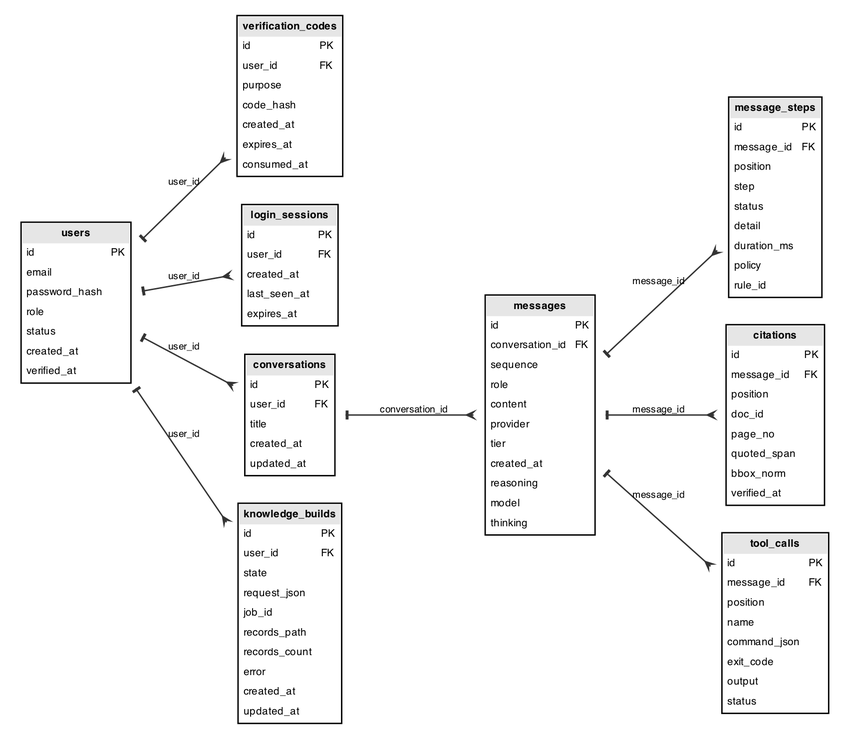
Earlier version of the Graphviz export docs/figures/physical-db.png (Kane-LI-0114/verifiable-tutor). Its source is kept beside it as docs/figures/physical-db.dot. The source it was exported from:
```dot
digraph physical_data_model {
  graph [rankdir=LR, splines=true, nodesep=0.16, ranksep=0.52, fontname="Helvetica", fontsize=9,
         bgcolor="white", pad=0.10];
  node [fontname="Helvetica", fontsize=7.5, shape=plaintext];
  edge [fontname="Helvetica", fontsize=7, color="#333333", arrowsize=0.55,
        dir=both, arrowtail=tee, arrowhead=crow];
  users [label=<<TABLE BORDER="1" CELLBORDER="0" CELLSPACING="0" CELLPADDING="3" BGCOLOR="white">
      <TR><TD BGCOLOR="#e6e6e6" COLSPAN="2"><B>users</B></TD></TR>
      <TR><TD ALIGN="LEFT">id</TD><TD ALIGN="LEFT">PK</TD></TR>
      <TR><TD ALIGN="LEFT">email</TD><TD ALIGN="LEFT"></TD></TR>
      <TR><TD ALIGN="LEFT">password_hash</TD><TD ALIGN="LEFT"></TD></TR>
      <TR><TD ALIGN="LEFT">role</TD><TD ALIGN="LEFT"></TD></TR>
      <TR><TD ALIGN="LEFT">status</TD><TD ALIGN="LEFT"></TD></TR>
      <TR><TD ALIGN="LEFT">created_at</TD><TD ALIGN="LEFT"></TD></TR>
      <TR><TD ALIGN="LEFT">verified_at</TD><TD ALIGN="LEFT"></TD></TR>
    </TABLE>>];
  verification_codes [label=<<TABLE BORDER="1" CELLBORDER="0" CELLSPACING="0" CELLPADDING="3" BGCOLOR="white">
      <TR><TD BGCOLOR="#e6e6e6" COLSPAN="2"><B>verification_codes</B></TD></TR>
      <TR><TD ALIGN="LEFT">id</TD><TD ALIGN="LEFT">PK</TD></TR>
      <TR><TD ALIGN="LEFT">user_id</TD><TD ALIGN="LEFT">FK</TD></TR>
      <TR><TD ALIGN="LEFT">purpose</TD><TD ALIGN="LEFT"></TD></TR>
      <TR><TD ALIGN="LEFT">code_hash</TD><TD ALIGN="LEFT"></TD></TR>
      <TR><TD ALIGN="LEFT">created_at</TD><TD ALIGN="LEFT"></TD></TR>
      <TR><TD ALIGN="LEFT">expires_at</TD><TD ALIGN="LEFT"></TD></TR>
      <TR><TD ALIGN="LEFT">consumed_at</TD><TD ALIGN="LEFT"></TD></TR>
    </TABLE>>];
  login_sessions [label=<<TABLE BORDER="1" CELLBORDER="0" CELLSPACING="0" CELLPADDING="3" BGCOLOR="white">
      <TR><TD BGCOLOR="#e6e6e6" COLSPAN="2"><B>login_sessions</B></TD></TR>
      <TR><TD ALIGN="LEFT">id</TD><TD ALIGN="LEFT">PK</TD></TR>
      <TR><TD ALIGN="LEFT">user_id</TD><TD ALIGN="LEFT">FK</TD></TR>
      <TR><TD ALIGN="LEFT">created_at</TD><TD ALIGN="LEFT"></TD></TR>
      <TR><TD ALIGN="LEFT">last_seen_at</TD><TD ALIGN="LEFT"></TD></TR>
      <TR><TD ALIGN="LEFT">expires_at</TD><TD ALIGN="LEFT"></TD></TR>
    </TABLE>>];
  conversations [label=<<TABLE BORDER="1" CELLBORDER="0" CELLSPACING="0" CELLPADDING="3" BGCOLOR="white">
      <TR><TD BGCOLOR="#e6e6e6" COLSPAN="2"><B>conversations</B></TD></TR>
      <TR><TD ALIGN="LEFT">id</TD><TD ALIGN="LEFT">PK</TD></TR>
      <TR><TD ALIGN="LEFT">user_id</TD><TD ALIGN="LEFT">FK</TD></TR>
      <TR><TD ALIGN="LEFT">title</TD><TD ALIGN="LEFT"></TD></TR>
      <TR><TD ALIGN="LEFT">created_at</TD><TD ALIGN="LEFT"></TD></TR>
      <TR><TD ALIGN="LEFT">updated_at</TD><TD ALIGN="LEFT"></TD></TR>
    </TABLE>>];
  messages [label=<<TABLE BORDER="1" CELLBORDER="0" CELLSPACING="0" CELLPADDING="3" BGCOLOR="white">
      <TR><TD BGCOLOR="#e6e6e6" COLSPAN="2"><B>messages</B></TD></TR>
      <TR><TD ALIGN="LEFT">id</TD><TD ALIGN="LEFT">PK</TD></TR>
      <TR><TD ALIGN="LEFT">conversation_id</TD><TD ALIGN="LEFT">FK</TD></TR>
      <TR><TD ALIGN="LEFT">sequence</TD><TD ALIGN="LEFT"></TD></TR>
      <TR><TD ALIGN="LEFT">role</TD><TD ALIGN="LEFT"></TD></TR>
      <TR><TD ALIGN="LEFT">content</TD><TD ALIGN="LEFT"></TD></TR>
      <TR><TD ALIGN="LEFT">provider</TD><TD ALIGN="LEFT"></TD></TR>
      <TR><TD ALIGN="LEFT">tier</TD><TD ALIGN="LEFT"></TD></TR>
      <TR><TD ALIGN="LEFT">created_at</TD><TD ALIGN="LEFT"></TD></TR>
      <TR><TD ALIGN="LEFT">reasoning</TD><TD ALIGN="LEFT"></TD></TR>
      <TR><TD ALIGN="LEFT">model</TD><TD ALIGN="LEFT"></TD></TR>
      <TR><TD ALIGN="LEFT">thinking</TD><TD ALIGN="LEFT"></TD></TR>
    </TABLE>>];
  message_steps [label=<<TABLE BORDER="1" CELLBORDER="0" CELLSPACING="0" CELLPADDING="3" BGCOLOR="white">
      <TR><TD BGCOLOR="#e6e6e6" COLSPAN="2"><B>message_steps</B></TD></TR>
      <TR><TD ALIGN="LEFT">id</TD><TD ALIGN="LEFT">PK</TD></TR>
      <TR><TD ALIGN="LEFT">message_id</TD><TD ALIGN="LEFT">FK</TD></TR>
      <TR><TD ALIGN="LEFT">position</TD><TD ALIGN="LEFT"></TD></TR>
      <TR><TD ALIGN="LEFT">step</TD><TD ALIGN="LEFT"></TD></TR>
      <TR><TD ALIGN="LEFT">status</TD><TD ALIGN="LEFT"></TD></TR>
      <TR><TD ALIGN="LEFT">detail</TD><TD ALIGN="LEFT"></TD></TR>
      <TR><TD ALIGN="LEFT">duration_ms</TD><TD ALIGN="LEFT"></TD></TR>
      <TR><TD ALIGN="LEFT">policy</TD><TD ALIGN="LEFT"></TD></TR>
      <TR><TD ALIGN="LEFT">rule_id</TD><TD ALIGN="LEFT"></TD></TR>
    </TABLE>>];
  citations [label=<<TABLE BORDER="1" CELLBORDER="0" CELLSPACING="0" CELLPADDING="3" BGCOLOR="white">
      <TR><TD BGCOLOR="#e6e6e6" COLSPAN="2"><B>citations</B></TD></TR>
      <TR><TD ALIGN="LEFT">id</TD><TD ALIGN="LEFT">PK</TD></TR>
      <TR><TD ALIGN="LEFT">message_id</TD><TD ALIGN="LEFT">FK</TD></TR>
      <TR><TD ALIGN="LEFT">position</TD><TD ALIGN="LEFT"></TD></TR>
      <TR><TD ALIGN="LEFT">doc_id</TD><TD ALIGN="LEFT"></TD></TR>
      <TR><TD ALIGN="LEFT">page_no</TD><TD ALIGN="LEFT"></TD></TR>
      <TR><TD ALIGN="LEFT">quoted_span</TD><TD ALIGN="LEFT"></TD></TR>
      <TR><TD ALIGN="LEFT">bbox_norm</TD><TD ALIGN="LEFT"></TD></TR>
      <TR><TD ALIGN="LEFT">verified_at</TD><TD ALIGN="LEFT"></TD></TR>
    </TABLE>>];
  tool_calls [label=<<TABLE BORDER="1" CELLBORDER="0" CELLSPACING="0" CELLPADDING="3" BGCOLOR="white">
      <TR><TD BGCOLOR="#e6e6e6" COLSPAN="2"><B>tool_calls</B></TD></TR>
      <TR><TD ALIGN="LEFT">id</TD><TD ALIGN="LEFT">PK</TD></TR>
      <TR><TD ALIGN="LEFT">message_id</TD><TD ALIGN="LEFT">FK</TD></TR>
      <TR><TD ALIGN="LEFT">position</TD><TD ALIGN="LEFT"></TD></TR>
      <TR><TD ALIGN="LEFT">name</TD><TD ALIGN="LEFT"></TD></TR>
      <TR><TD ALIGN="LEFT">command_json</TD><TD ALIGN="LEFT"></TD></TR>
      <TR><TD ALIGN="LEFT">exit_code</TD><TD ALIGN="LEFT"></TD></TR>
      <TR><TD ALIGN="LEFT">output</TD><TD ALIGN="LEFT"></TD></TR>
      <TR><TD ALIGN="LEFT">status</TD><TD ALIGN="LEFT"></TD></TR>
    </TABLE>>];
  knowledge_builds [label=<<TABLE BORDER="1" CELLBORDER="0" CELLSPACING="0" CELLPADDING="3" BGCOLOR="white">
      <TR><TD BGCOLOR="#e6e6e6" COLSPAN="2"><B>knowledge_builds</B></TD></TR>
      <TR><TD ALIGN="LEFT">id</TD><TD ALIGN="LEFT">PK</TD></TR>
      <TR><TD ALIGN="LEFT">user_id</TD><TD ALIGN="LEFT">FK</TD></TR>
      <TR><TD ALIGN="LEFT">state</TD><TD ALIGN="LEFT"></TD></TR>
      <TR><TD ALIGN="LEFT">request_json</TD><TD ALIGN="LEFT"></TD></TR>
      <TR><TD ALIGN="LEFT">job_id</TD><TD ALIGN="LEFT"></TD></TR>
      <TR><TD ALIGN="LEFT">records_path</TD><TD ALIGN="LEFT"></TD></TR>
      <TR><TD ALIGN="LEFT">records_count</TD><TD ALIGN="LEFT"></TD></TR>
      <TR><TD ALIGN="LEFT">error</TD><TD ALIGN="LEFT"></TD></TR>
      <TR><TD ALIGN="LEFT">created_at</TD><TD ALIGN="LEFT"></TD></TR>
      <TR><TD ALIGN="LEFT">updated_at</TD><TD ALIGN="LEFT"></TD></TR>
    </TABLE>>];
  users -> verification_codes [label="user_id"];
  users -> login_sessions [label="user_id"];
  users -> conversations [label="user_id"];
  conversations -> messages [label="conversation_id"];
  messages -> message_steps [label="message_id"];
  messages -> citations [label="message_id"];
  messages -> tool_calls [label="message_id"];
  users -> knowledge_builds [label="user_id"];
}
```
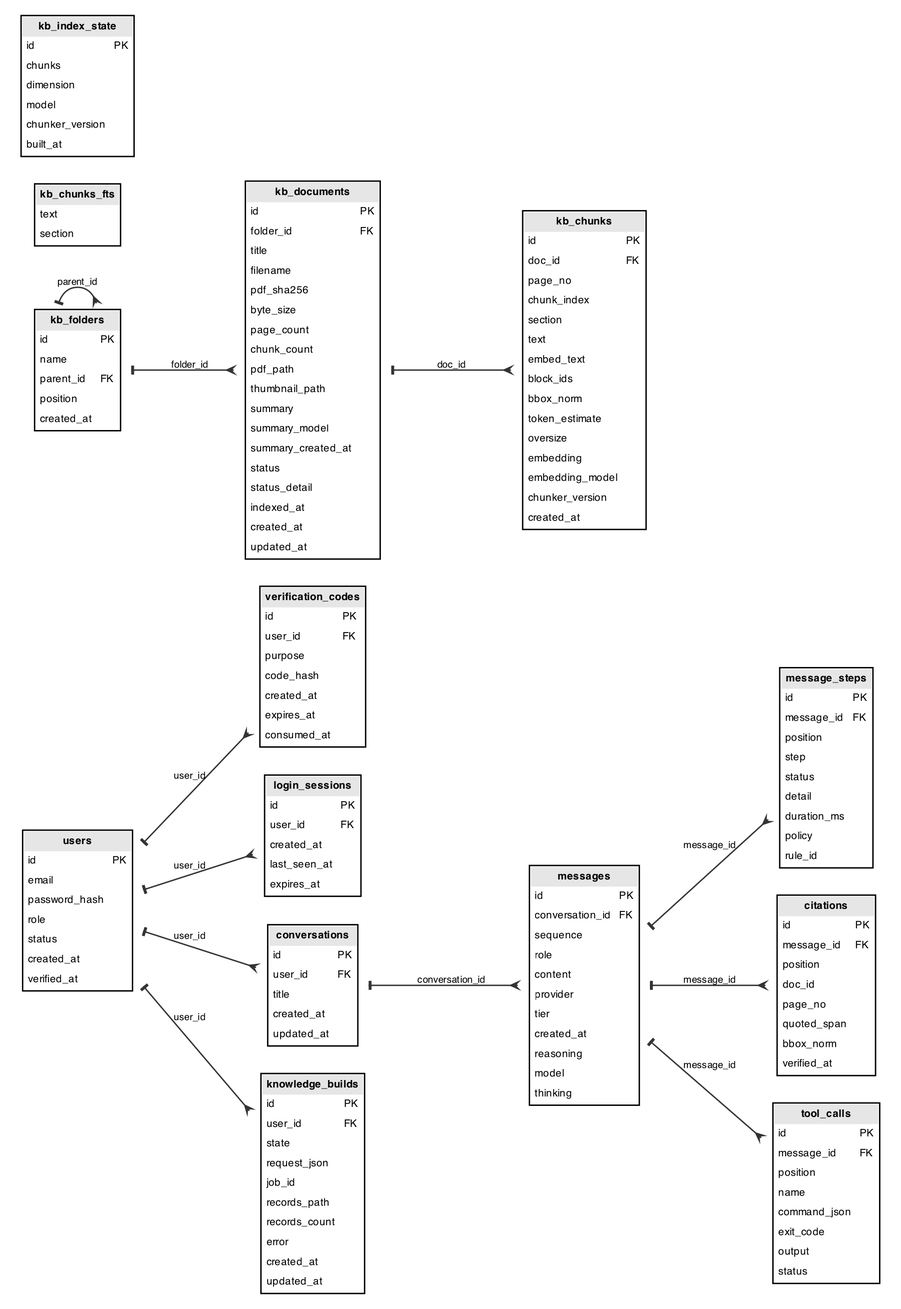
After the commit.

Commit message:
feat(knowledge): add the page-first chunker and the local knowledge store

Diff of the diagram source:
```diff
@@ -101,6 +101,67 @@
       <TR><TD ALIGN="LEFT">created_at</TD><TD ALIGN="LEFT"></TD></TR>
       <TR><TD ALIGN="LEFT">updated_at</TD><TD ALIGN="LEFT"></TD></TR>
     </TABLE>>];
+  kb_folders [label=<<TABLE BORDER="1" CELLBORDER="0" CELLSPACING="0" CELLPADDING="3" BGCOLOR="white">
+      <TR><TD BGCOLOR="#e6e6e6" COLSPAN="2"><B>kb_folders</B></TD></TR>
+      <TR><TD ALIGN="LEFT">id</TD><TD ALIGN="LEFT">PK</TD></TR>
+      <TR><TD ALIGN="LEFT">name</TD><TD ALIGN="LEFT"></TD></TR>
+      <TR><TD ALIGN="LEFT">parent_id</TD><TD ALIGN="LEFT">FK</TD></TR>
+      <TR><TD ALIGN="LEFT">position</TD><TD ALIGN="LEFT"></TD></TR>
+      <TR><TD ALIGN="LEFT">created_at</TD><TD ALIGN="LEFT"></TD></TR>
+    </TABLE>>];
+  kb_documents [label=<<TABLE BORDER="1" CELLBORDER="0" CELLSPACING="0" CELLPADDING="3" BGCOLOR="white">
+      <TR><TD BGCOLOR="#e6e6e6" COLSPAN="2"><B>kb_documents</B></TD></TR>
+      <TR><TD ALIGN="LEFT">id</TD><TD ALIGN="LEFT">PK</TD></TR>
+      <TR><TD ALIGN="LEFT">folder_id</TD><TD ALIGN="LEFT">FK</TD></TR>
+      <TR><TD ALIGN="LEFT">title</TD><TD ALIGN="LEFT"></TD></TR>
+      <TR><TD ALIGN="LEFT">filename</TD><TD ALIGN="LEFT"></TD></TR>
+      <TR><TD ALIGN="LEFT">pdf_sha256</TD><TD ALIGN="LEFT"></TD></TR>
+      <TR><TD ALIGN="LEFT">byte_size</TD><TD ALIGN="LEFT"></TD></TR>
+      <TR><TD ALIGN="LEFT">page_count</TD><TD ALIGN="LEFT"></TD></TR>
+      <TR><TD ALIGN="LEFT">chunk_count</TD><TD ALIGN="LEFT"></TD></TR>
+      <TR><TD ALIGN="LEFT">pdf_path</TD><TD ALIGN="LEFT"></TD></TR>
+      <TR><TD ALIGN="LEFT">thumbnail_path</TD><TD ALIGN="LEFT"></TD></TR>
+      <TR><TD ALIGN="LEFT">summary</TD><TD ALIGN="LEFT"></TD></TR>
+      <TR><TD ALIGN="LEFT">summary_model</TD><TD ALIGN="LEFT"></TD></TR>
+      <TR><TD ALIGN="LEFT">summary_created_at</TD><TD ALIGN="LEFT"></TD></TR>
+      <TR><TD ALIGN="LEFT">status</TD><TD ALIGN="LEFT"></TD></TR>
+      <TR><TD ALIGN="LEFT">status_detail</TD><TD ALIGN="LEFT"></TD></TR>
+      <TR><TD ALIGN="LEFT">indexed_at</TD><TD ALIGN="LEFT"></TD></TR>
+      <TR><TD ALIGN="LEFT">created_at</TD><TD ALIGN="LEFT"></TD></TR>
+      <TR><TD ALIGN="LEFT">updated_at</TD><TD ALIGN="LEFT"></TD></TR>
+    </TABLE>>];
+  kb_chunks [label=<<TABLE BORDER="1" CELLBORDER="0" CELLSPACING="0" CELLPADDING="3" BGCOLOR="white">
+      <TR><TD BGCOLOR="#e6e6e6" COLSPAN="2"><B>kb_chunks</B></TD></TR>
+      <TR><TD ALIGN="LEFT">id</TD><TD ALIGN="LEFT">PK</TD></TR>
+      <TR><TD ALIGN="LEFT">doc_id</TD><TD ALIGN="LEFT">FK</TD></TR>
+      <TR><TD ALIGN="LEFT">page_no</TD><TD ALIGN="LEFT"></TD></TR>
+      <TR><TD ALIGN="LEFT">chunk_index</TD><TD ALIGN="LEFT"></TD></TR>
+      <TR><TD ALIGN="LEFT">section</TD><TD ALIGN="LEFT"></TD></TR>
+      <TR><TD ALIGN="LEFT">text</TD><TD ALIGN="LEFT"></TD></TR>
+      <TR><TD ALIGN="LEFT">embed_text</TD><TD ALIGN="LEFT"></TD></TR>
+      <TR><TD ALIGN="LEFT">block_ids</TD><TD ALIGN="LEFT"></TD></TR>
+      <TR><TD ALIGN="LEFT">bbox_norm</TD><TD ALIGN="LEFT"></TD></TR>
+      <TR><TD ALIGN="LEFT">token_estimate</TD><TD ALIGN="LEFT"></TD></TR>
+      <TR><TD ALIGN="LEFT">oversize</TD><TD ALIGN="LEFT"></TD></TR>
+      <TR><TD ALIGN="LEFT">embedding</TD><TD ALIGN="LEFT"></TD></TR>
+      <TR><TD ALIGN="LEFT">embedding_model</TD><TD ALIGN="LEFT"></TD></TR>
+      <TR><TD ALIGN="LEFT">chunker_version</TD><TD ALIGN="LEFT"></TD></TR>
+      <TR><TD ALIGN="LEFT">created_at</TD><TD ALIGN="LEFT"></TD></TR>
+    </TABLE>>];
+  kb_chunks_fts [label=<<TABLE BORDER="1" CELLBORDER="0" CELLSPACING="0" CELLPADDING="3" BGCOLOR="white">
+      <TR><TD BGCOLOR="#e6e6e6" COLSPAN="2"><B>kb_chunks_fts</B></TD></TR>
+      <TR><TD ALIGN="LEFT">text</TD><TD ALIGN="LEFT"></TD></TR>
+      <TR><TD ALIGN="LEFT">section</TD><TD ALIGN="LEFT"></TD></TR>
+    </TABLE>>];
+  kb_index_state [label=<<TABLE BORDER="1" CELLBORDER="0" CELLSPACING="0" CELLPADDING="3" BGCOLOR="white">
+      <TR><TD BGCOLOR="#e6e6e6" COLSPAN="2"><B>kb_index_state</B></TD></TR>
+      <TR><TD ALIGN="LEFT">id</TD><TD ALIGN="LEFT">PK</TD></TR>
+      <TR><TD ALIGN="LEFT">chunks</TD><TD ALIGN="LEFT"></TD></TR>
+      <TR><TD ALIGN="LEFT">dimension</TD><TD ALIGN="LEFT"></TD></TR>
+      <TR><TD ALIGN="LEFT">model</TD><TD ALIGN="LEFT"></TD></TR>
+      <TR><TD ALIGN="LEFT">chunker_version</TD><TD ALIGN="LEFT"></TD></TR>
+      <TR><TD ALIGN="LEFT">built_at</TD><TD ALIGN="LEFT"></TD></TR>
+    </TABLE>>];
   users -> verification_codes [label="user_id"];
   users -> login_sessions [label="user_id"];
   users -> conversations [label="user_id"];
@@ -109,4 +170,7 @@
   messages -> citations [label="message_id"];
   messages -> tool_calls [label="message_id"];
   users -> knowledge_builds [label="user_id"];
+  kb_folders -> kb_folders [label="parent_id"];
+  kb_folders -> kb_documents [label="folder_id"];
+  kb_documents -> kb_chunks [label="doc_id"];
 }
```
